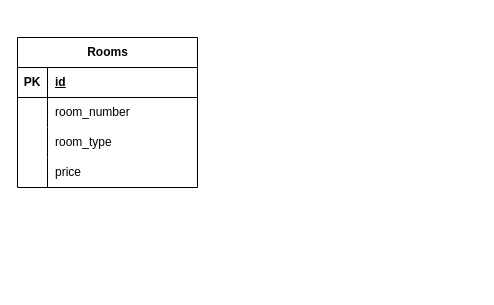
Earlier version of the draw.io diagram QLPT.drawio (duongnguyen286/Diagram). Source tidied: cells renumbered, new cells numbered last; positions are measured from the earlier drawing's top-left corner, leaving out a move shared by most shapes. Both pictures are drawn from the tidied source at 100%, with x=0, y=0 at pixel (17, 37).
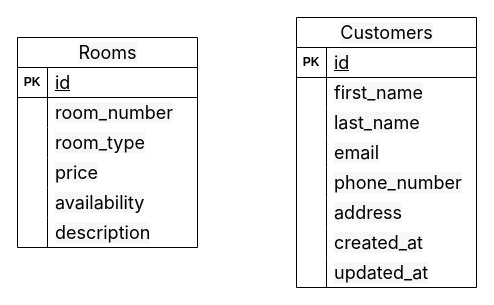
The same page after the edit.

Commit message (it also covers changes not shown here):
Cập nhật QLPT.drawio

Unchanged cells that the change refers to:
```xml
<mxCell id="3" style="shape=tableRow;horizontal=0;startSize=0;swimlaneHead=0;swimlaneBody=0;fillColor=none;top=0;left=0;right=0;bottom=1;" parent="2" vertex="1">
  <mxGeometry y="30" width="180" height="30" as="geometry" />
</mxCell>
<mxCell id="6" style="shape=tableRow;horizontal=0;startSize=0;swimlaneHead=0;swimlaneBody=0;fillColor=none;top=0;left=0;right=0;bottom=0;" parent="2" vertex="1">
  <mxGeometry y="60" width="180" height="30" as="geometry" />
</mxCell>
<mxCell id="9" style="shape=tableRow;horizontal=0;startSize=0;swimlaneHead=0;swimlaneBody=0;fillColor=none;top=0;left=0;right=0;bottom=0;" parent="2" vertex="1">
  <mxGeometry y="90" width="180" height="30" as="geometry" />
</mxCell>
```

The edit, as a diff of the source:
```diff
@@
-    <mxCell id="2" value="Rooms" style="shape=table;startSize=30;childLayout=tableLayout;rowLines=0;fontStyle=1;align=center;html=1;" parent="1" vertex="1">
-      <mxGeometry width="180" height="150" as="geometry" />
+    <mxCell id="2" value="&lt;span style=&quot;font-family: -apple-system, system-ui, BlinkMacSystemFont, &amp;quot;Segoe UI&amp;quot;, Roboto, Oxygen-Sans, Ubuntu, Cantarell, &amp;quot;Helvetica Neue&amp;quot;, sans-serif; font-size: 18px; font-weight: 400; text-align: left; text-wrap: wrap; background-color: rgb(247, 247, 247);&quot;&gt;Rooms&lt;/span&gt;" style="shape=table;startSize=30;childLayout=tableLayout;rowLines=0;fontStyle=1;align=center;html=1;" parent="1" vertex="1">
+      <mxGeometry width="180" height="210" as="geometry" />
     </mxCell>
@@
-    <mxCell id="5" value="id" style="shape=partialRectangle;fillColor=none;top=0;left=0;bottom=0;right=0;align=left;spacingLeft=6;fontStyle=5;overflow=hidden;whiteSpace=wrap;html=1;" parent="3" vertex="1">
+    <mxCell id="5" value="&lt;font face=&quot;-apple-system, system-ui, BlinkMacSystemFont, Segoe UI, Roboto, Oxygen-Sans, Ubuntu, Cantarell, Helvetica Neue, sans-serif&quot;&gt;&lt;span style=&quot;font-size: 18px; font-weight: 400; background-color: rgb(247, 247, 247);&quot;&gt;id&lt;/span&gt;&lt;/font&gt;" style="shape=partialRectangle;fillColor=none;top=0;left=0;bottom=0;right=0;align=left;spacingLeft=6;fontStyle=5;overflow=hidden;whiteSpace=wrap;html=1;" parent="3" vertex="1">
       <mxGeometry x="30" width="150" height="30" as="geometry" />
     </mxCell>
@@
-    <mxCell id="8" value="room_number" style="shape=partialRectangle;fillColor=none;top=0;left=0;bottom=0;right=0;align=left;spacingLeft=6;overflow=hidden;whiteSpace=wrap;html=1;" parent="6" vertex="1">
+    <mxCell id="8" value="&lt;span style=&quot;font-family: -apple-system, system-ui, BlinkMacSystemFont, &amp;quot;Segoe UI&amp;quot;, Roboto, Oxygen-Sans, Ubuntu, Cantarell, &amp;quot;Helvetica Neue&amp;quot;, sans-serif; font-size: 18px; background-color: rgb(247, 247, 247);&quot;&gt;room_number&lt;/span&gt;" style="shape=partialRectangle;fillColor=none;top=0;left=0;bottom=0;right=0;align=left;spacingLeft=6;overflow=hidden;whiteSpace=wrap;html=1;" parent="6" vertex="1">
       <mxGeometry x="30" width="150" height="30" as="geometry" />
     </mxCell>
@@
-    <mxCell id="11" value="room_type" style="shape=partialRectangle;fillColor=none;top=0;left=0;bottom=0;right=0;align=left;spacingLeft=6;overflow=hidden;whiteSpace=wrap;html=1;" parent="9" vertex="1">
+    <mxCell id="11" value="&lt;span style=&quot;font-family: -apple-system, system-ui, BlinkMacSystemFont, &amp;quot;Segoe UI&amp;quot;, Roboto, Oxygen-Sans, Ubuntu, Cantarell, &amp;quot;Helvetica Neue&amp;quot;, sans-serif; font-size: 18px; background-color: rgb(247, 247, 247);&quot;&gt;room_type&lt;/span&gt;" style="shape=partialRectangle;fillColor=none;top=0;left=0;bottom=0;right=0;align=left;spacingLeft=6;overflow=hidden;whiteSpace=wrap;html=1;" parent="9" vertex="1">
       <mxGeometry x="30" width="150" height="30" as="geometry" />
     </mxCell>
-    <mxCell id="12" style="shape=tableRow;horizontal=0;startSize=0;swimlaneHead=0;swimlaneBody=0;fillColor=none;top=0;left=0;right=0;bottom=0;" parent="2" vertex="1">
+    <mxCell id="12" style="shape=tableRow;horizontal=0;startSize=0;swimlaneHead=0;swimlaneBody=0;fillColor=none;top=0;left=0;right=0;bottom=0;strokeColor=default;" parent="2" vertex="1">
       <mxGeometry y="120" width="180" height="30" as="geometry" />
     </mxCell>
@@
-    <mxCell id="14" value="price" style="shape=partialRectangle;fillColor=none;top=0;left=0;bottom=0;right=0;align=left;spacingLeft=6;overflow=hidden;whiteSpace=wrap;html=1;" parent="12" vertex="1">
+    <mxCell id="14" value="&lt;span style=&quot;font-family: -apple-system, system-ui, BlinkMacSystemFont, &amp;quot;Segoe UI&amp;quot;, Roboto, Oxygen-Sans, Ubuntu, Cantarell, &amp;quot;Helvetica Neue&amp;quot;, sans-serif; font-size: 18px; background-color: rgb(247, 247, 247);&quot;&gt;price&lt;/span&gt;" style="shape=partialRectangle;fillColor=none;top=0;left=0;bottom=0;right=0;align=left;spacingLeft=6;overflow=hidden;whiteSpace=wrap;html=1;" parent="12" vertex="1">
       <mxGeometry x="30" width="150" height="30" as="geometry" />
     </mxCell>
+    <mxCell id="15" style="shape=tableRow;horizontal=0;startSize=0;swimlaneHead=0;swimlaneBody=0;fillColor=none;top=0;left=0;right=0;bottom=0;strokeColor=default;" parent="2" vertex="1">
+      <mxGeometry y="150" width="180" height="30" as="geometry" />
+    </mxCell>
+    <mxCell id="16" style="shape=partialRectangle;fillColor=none;top=0;left=0;bottom=0;right=0;overflow=hidden;whiteSpace=wrap;html=1;" parent="15" vertex="1">
+      <mxGeometry width="30" height="30" as="geometry" />
+    </mxCell>
+    <mxCell id="17" value="&lt;span style=&quot;font-family: -apple-system, system-ui, BlinkMacSystemFont, &amp;quot;Segoe UI&amp;quot;, Roboto, Oxygen-Sans, Ubuntu, Cantarell, &amp;quot;Helvetica Neue&amp;quot;, sans-serif; font-size: 18px; background-color: rgb(247, 247, 247);&quot;&gt;availability&lt;/span&gt;" style="shape=partialRectangle;fillColor=none;top=0;left=0;bottom=0;right=0;align=left;spacingLeft=6;overflow=hidden;whiteSpace=wrap;html=1;" parent="15" vertex="1">
+      <mxGeometry x="30" width="150" height="30" as="geometry" />
+    </mxCell>
+    <mxCell id="18" style="shape=tableRow;horizontal=0;startSize=0;swimlaneHead=0;swimlaneBody=0;fillColor=none;top=0;left=0;right=0;bottom=0;strokeColor=default;" parent="2" vertex="1">
+      <mxGeometry y="180" width="180" height="30" as="geometry" />
+    </mxCell>
+    <mxCell id="19" style="shape=partialRectangle;fillColor=none;top=0;left=0;bottom=0;right=0;overflow=hidden;whiteSpace=wrap;html=1;" parent="18" vertex="1">
+      <mxGeometry width="30" height="30" as="geometry" />
+    </mxCell>
+    <mxCell id="20" value="&lt;span style=&quot;font-family: -apple-system, system-ui, BlinkMacSystemFont, &amp;quot;Segoe UI&amp;quot;, Roboto, Oxygen-Sans, Ubuntu, Cantarell, &amp;quot;Helvetica Neue&amp;quot;, sans-serif; font-size: 18px; background-color: rgb(247, 247, 247);&quot;&gt;description&lt;/span&gt;" style="shape=partialRectangle;fillColor=none;top=0;left=0;bottom=0;right=0;align=left;spacingLeft=6;overflow=hidden;whiteSpace=wrap;html=1;" parent="18" vertex="1">
+      <mxGeometry x="30" width="150" height="30" as="geometry" />
+    </mxCell>
+    <mxCell id="21" value="&lt;span style=&quot;font-family: -apple-system, system-ui, BlinkMacSystemFont, &amp;quot;Segoe UI&amp;quot;, Roboto, Oxygen-Sans, Ubuntu, Cantarell, &amp;quot;Helvetica Neue&amp;quot;, sans-serif; font-size: 18px; font-weight: 400; text-align: left; text-wrap: wrap; background-color: rgb(247, 247, 247);&quot;&gt;Customers&lt;/span&gt;" style="shape=table;startSize=30;childLayout=tableLayout;rowLines=0;fontStyle=1;align=center;html=1;" parent="1" vertex="1">
+      <mxGeometry x="279" y="-20" width="180" height="270" as="geometry" />
+    </mxCell>
+    <mxCell id="22" style="shape=tableRow;horizontal=0;startSize=0;swimlaneHead=0;swimlaneBody=0;fillColor=none;top=0;left=0;right=0;bottom=1;" parent="21" vertex="1">
+      <mxGeometry y="30" width="180" height="30" as="geometry" />
+    </mxCell>
+    <mxCell id="23" value="PK" style="shape=partialRectangle;fillColor=none;top=0;left=0;bottom=0;right=0;fontStyle=1;overflow=hidden;whiteSpace=wrap;html=1;" parent="22" vertex="1">
+      <mxGeometry width="30" height="30" as="geometry" />
+    </mxCell>
+    <mxCell id="24" value="&lt;span style=&quot;font-family: -apple-system, system-ui, BlinkMacSystemFont, &amp;quot;Segoe UI&amp;quot;, Roboto, Oxygen-Sans, Ubuntu, Cantarell, &amp;quot;Helvetica Neue&amp;quot;, sans-serif; font-size: 18px; font-weight: 400; background-color: rgb(247, 247, 247);&quot;&gt;id&lt;/span&gt;" style="shape=partialRectangle;fillColor=none;top=0;left=0;bottom=0;right=0;align=left;spacingLeft=6;fontStyle=5;overflow=hidden;whiteSpace=wrap;html=1;" parent="22" vertex="1">
+      <mxGeometry x="30" width="150" height="30" as="geometry" />
+    </mxCell>
+    <mxCell id="25" style="shape=tableRow;horizontal=0;startSize=0;swimlaneHead=0;swimlaneBody=0;fillColor=none;top=0;left=0;right=0;bottom=0;" parent="21" vertex="1">
+      <mxGeometry y="60" width="180" height="30" as="geometry" />
+    </mxCell>
+    <mxCell id="26" style="shape=partialRectangle;fillColor=none;top=0;left=0;bottom=0;right=0;overflow=hidden;whiteSpace=wrap;html=1;" parent="25" vertex="1">
+      <mxGeometry width="30" height="30" as="geometry" />
+    </mxCell>
+    <mxCell id="27" value="&lt;span style=&quot;font-family: -apple-system, system-ui, BlinkMacSystemFont, &amp;quot;Segoe UI&amp;quot;, Roboto, Oxygen-Sans, Ubuntu, Cantarell, &amp;quot;Helvetica Neue&amp;quot;, sans-serif; font-size: 18px; background-color: rgb(247, 247, 247);&quot;&gt;first_name&lt;/span&gt;" style="shape=partialRectangle;fillColor=none;top=0;left=0;bottom=0;right=0;align=left;spacingLeft=6;overflow=hidden;whiteSpace=wrap;html=1;" parent="25" vertex="1">
+      <mxGeometry x="30" width="150" height="30" as="geometry" />
+    </mxCell>
+    <mxCell id="28" style="shape=tableRow;horizontal=0;startSize=0;swimlaneHead=0;swimlaneBody=0;fillColor=none;top=0;left=0;right=0;bottom=0;" parent="21" vertex="1">
+      <mxGeometry y="90" width="180" height="30" as="geometry" />
+    </mxCell>
+    <mxCell id="29" style="shape=partialRectangle;fillColor=none;top=0;left=0;bottom=0;right=0;overflow=hidden;whiteSpace=wrap;html=1;" parent="28" vertex="1">
+      <mxGeometry width="30" height="30" as="geometry" />
+    </mxCell>
+    <mxCell id="30" value="&lt;span style=&quot;font-family: -apple-system, system-ui, BlinkMacSystemFont, &amp;quot;Segoe UI&amp;quot;, Roboto, Oxygen-Sans, Ubuntu, Cantarell, &amp;quot;Helvetica Neue&amp;quot;, sans-serif; font-size: 18px; background-color: rgb(247, 247, 247);&quot;&gt;last_name&lt;/span&gt;" style="shape=partialRectangle;fillColor=none;top=0;left=0;bottom=0;right=0;align=left;spacingLeft=6;overflow=hidden;whiteSpace=wrap;html=1;" parent="28" vertex="1">
+      <mxGeometry x="30" width="150" height="30" as="geometry" />
+    </mxCell>
+    <mxCell id="31" style="shape=tableRow;horizontal=0;startSize=0;swimlaneHead=0;swimlaneBody=0;fillColor=none;top=0;left=0;right=0;bottom=0;" parent="21" vertex="1">
+      <mxGeometry y="120" width="180" height="30" as="geometry" />
+    </mxCell>
+    <mxCell id="32" style="shape=partialRectangle;fillColor=none;top=0;left=0;bottom=0;right=0;overflow=hidden;whiteSpace=wrap;html=1;" parent="31" vertex="1">
+      <mxGeometry width="30" height="30" as="geometry" />
+    </mxCell>
+    <mxCell id="33" value="&lt;span style=&quot;font-family: -apple-system, system-ui, BlinkMacSystemFont, &amp;quot;Segoe UI&amp;quot;, Roboto, Oxygen-Sans, Ubuntu, Cantarell, &amp;quot;Helvetica Neue&amp;quot;, sans-serif; font-size: 18px; background-color: rgb(247, 247, 247);&quot;&gt;email&lt;/span&gt;" style="shape=partialRectangle;fillColor=none;top=0;left=0;bottom=0;right=0;align=left;spacingLeft=6;overflow=hidden;whiteSpace=wrap;html=1;" parent="31" vertex="1">
+      <mxGeometry x="30" width="150" height="30" as="geometry" />
+    </mxCell>
+    <mxCell id="34" style="shape=tableRow;horizontal=0;startSize=0;swimlaneHead=0;swimlaneBody=0;fillColor=none;top=0;left=0;right=0;bottom=0;" parent="21" vertex="1">
+      <mxGeometry y="150" width="180" height="30" as="geometry" />
+    </mxCell>
+    <mxCell id="35" style="shape=partialRectangle;fillColor=none;top=0;left=0;bottom=0;right=0;overflow=hidden;whiteSpace=wrap;html=1;" parent="34" vertex="1">
+      <mxGeometry width="30" height="30" as="geometry" />
+    </mxCell>
+    <mxCell id="36" value="&lt;span style=&quot;font-family: -apple-system, system-ui, BlinkMacSystemFont, &amp;quot;Segoe UI&amp;quot;, Roboto, Oxygen-Sans, Ubuntu, Cantarell, &amp;quot;Helvetica Neue&amp;quot;, sans-serif; font-size: 18px; background-color: rgb(247, 247, 247);&quot;&gt;phone_number&lt;/span&gt;" style="shape=partialRectangle;fillColor=none;top=0;left=0;bottom=0;right=0;align=left;spacingLeft=6;overflow=hidden;whiteSpace=wrap;html=1;" parent="34" vertex="1">
+      <mxGeometry x="30" width="150" height="30" as="geometry" />
+    </mxCell>
+    <mxCell id="37" style="shape=tableRow;horizontal=0;startSize=0;swimlaneHead=0;swimlaneBody=0;fillColor=none;top=0;left=0;right=0;bottom=0;" parent="21" vertex="1">
+      <mxGeometry y="180" width="180" height="30" as="geometry" />
+    </mxCell>
+    <mxCell id="38" style="shape=partialRectangle;fillColor=none;top=0;left=0;bottom=0;right=0;overflow=hidden;whiteSpace=wrap;html=1;" parent="37" vertex="1">
+      <mxGeometry width="30" height="30" as="geometry" />
+    </mxCell>
+    <mxCell id="39" value="&lt;span style=&quot;font-family: -apple-system, system-ui, BlinkMacSystemFont, &amp;quot;Segoe UI&amp;quot;, Roboto, Oxygen-Sans, Ubuntu, Cantarell, &amp;quot;Helvetica Neue&amp;quot;, sans-serif; font-size: 18px; background-color: rgb(247, 247, 247);&quot;&gt;address&lt;/span&gt;" style="shape=partialRectangle;fillColor=none;top=0;left=0;bottom=0;right=0;align=left;spacingLeft=6;overflow=hidden;whiteSpace=wrap;html=1;" parent="37" vertex="1">
+      <mxGeometry x="30" width="150" height="30" as="geometry" />
+    </mxCell>
+    <mxCell id="40" style="shape=tableRow;horizontal=0;startSize=0;swimlaneHead=0;swimlaneBody=0;fillColor=none;top=0;left=0;right=0;bottom=0;" parent="21" vertex="1">
+      <mxGeometry y="210" width="180" height="30" as="geometry" />
+    </mxCell>
+    <mxCell id="41" style="shape=partialRectangle;fillColor=none;top=0;left=0;bottom=0;right=0;overflow=hidden;whiteSpace=wrap;html=1;" parent="40" vertex="1">
+      <mxGeometry width="30" height="30" as="geometry" />
+    </mxCell>
+    <mxCell id="42" value="&lt;span style=&quot;font-family: -apple-system, system-ui, BlinkMacSystemFont, &amp;quot;Segoe UI&amp;quot;, Roboto, Oxygen-Sans, Ubuntu, Cantarell, &amp;quot;Helvetica Neue&amp;quot;, sans-serif; font-size: 18px; background-color: rgb(247, 247, 247);&quot;&gt;created_at&lt;/span&gt;" style="shape=partialRectangle;fillColor=none;top=0;left=0;bottom=0;right=0;align=left;spacingLeft=6;overflow=hidden;whiteSpace=wrap;html=1;" parent="40" vertex="1">
+      <mxGeometry x="30" width="150" height="30" as="geometry" />
+    </mxCell>
+    <mxCell id="43" style="shape=tableRow;horizontal=0;startSize=0;swimlaneHead=0;swimlaneBody=0;fillColor=none;top=0;left=0;right=0;bottom=0;" parent="21" vertex="1">
+      <mxGeometry y="240" width="180" height="30" as="geometry" />
+    </mxCell>
+    <mxCell id="44" style="shape=partialRectangle;fillColor=none;top=0;left=0;bottom=0;right=0;overflow=hidden;whiteSpace=wrap;html=1;" parent="43" vertex="1">
+      <mxGeometry width="30" height="30" as="geometry" />
+    </mxCell>
+    <mxCell id="45" value="&lt;span style=&quot;font-family: -apple-system, system-ui, BlinkMacSystemFont, &amp;quot;Segoe UI&amp;quot;, Roboto, Oxygen-Sans, Ubuntu, Cantarell, &amp;quot;Helvetica Neue&amp;quot;, sans-serif; font-size: 18px; background-color: rgb(247, 247, 247);&quot;&gt;updated_at&lt;/span&gt;" style="shape=partialRectangle;fillColor=none;top=0;left=0;bottom=0;right=0;align=left;spacingLeft=6;overflow=hidden;whiteSpace=wrap;html=1;" parent="43" vertex="1">
+      <mxGeometry x="30" width="150" height="30" as="geometry" />
+    </mxCell>
```
